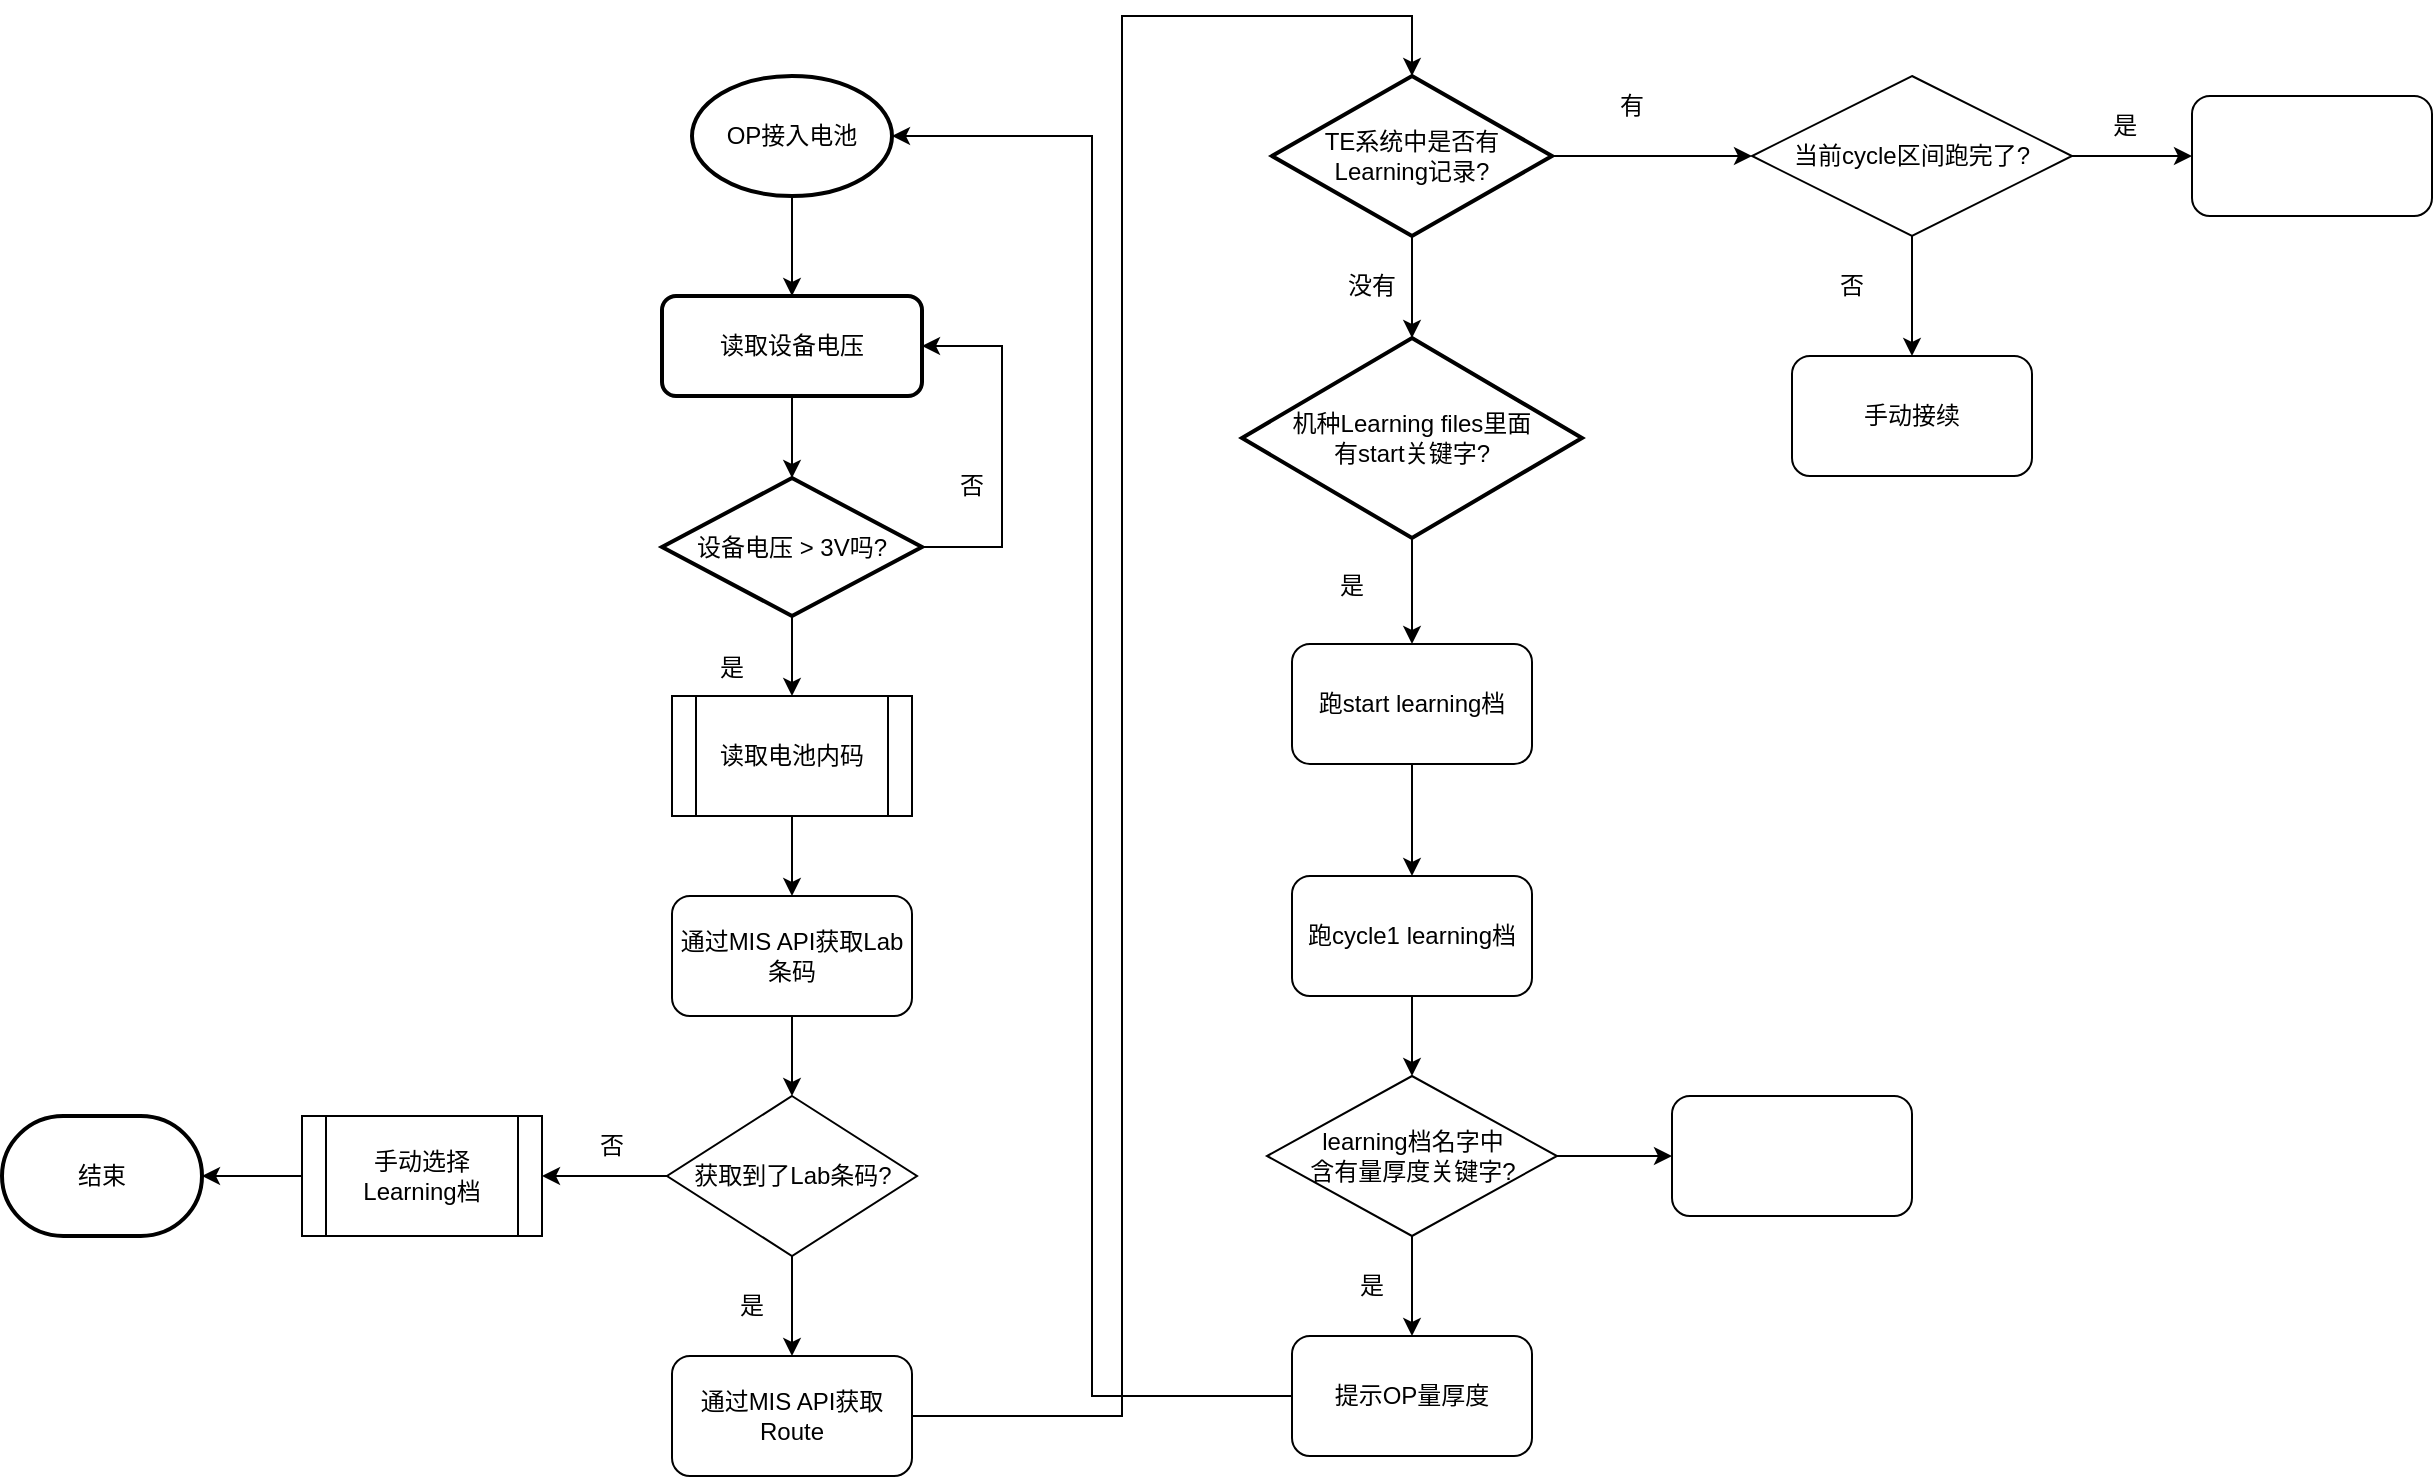
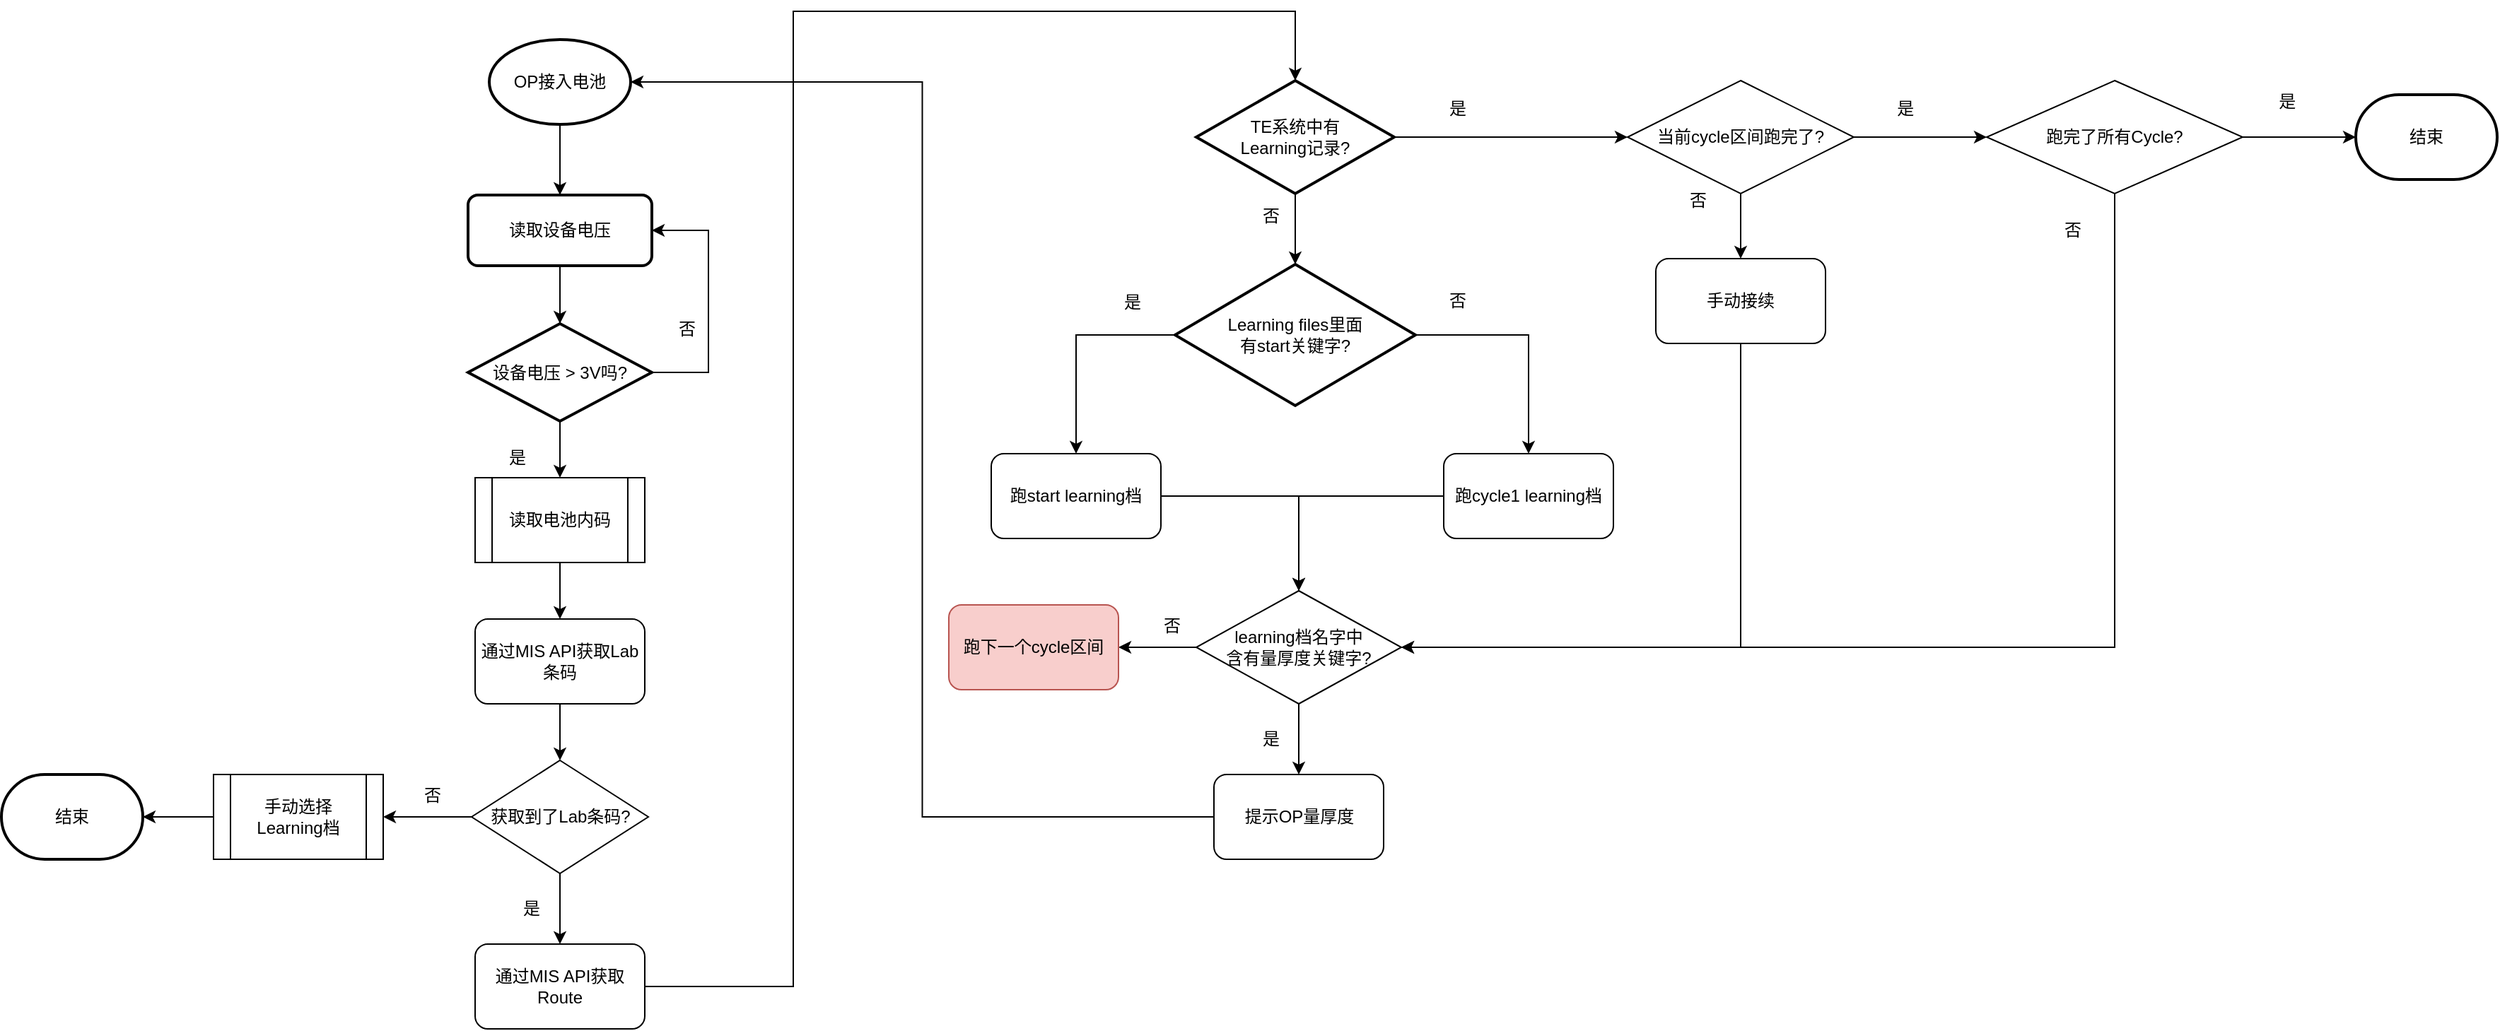
<mxfile host="app.diagrams.net">
  <diagram name="第 1 页" id="3HldnIOuQtLrwHUO-1mN">
-     <mxGraphModel dx="1623" dy="813" grid="1" gridSize="10" guides="1" tooltips="1" connect="1" arrows="1" fold="1" page="1" pageScale="1" pageWidth="1169" pageHeight="827" math="0" shadow="0">
+     <mxGraphModel dx="1623" dy="813" grid="1" gridSize="10" guides="1" tooltips="1" connect="1" arrows="1" fold="1" page="1" pageScale="1" pageWidth="1169" pageHeight="827" background="#FFFFFF" math="0" shadow="0">
      <root>
        <mxCell id="0" />
        <mxCell id="1" parent="0" />
        <mxCell id="qRa3hty1LtdxE0hFs_0w-8" edge="1" parent="1" source="qRa3hty1LtdxE0hFs_0w-4" style="edgeStyle=orthogonalEdgeStyle;rounded=0;orthogonalLoop=1;jettySize=auto;html=1;" target="qRa3hty1LtdxE0hFs_0w-6" value="">
          <mxGeometry relative="1" as="geometry" />
        </mxCell>
        <mxCell id="qRa3hty1LtdxE0hFs_0w-4" parent="1" style="strokeWidth=2;html=1;shape=mxgraph.flowchart.start_1;whiteSpace=wrap;" value="OP接入电池" vertex="1">
          <mxGeometry height="60" width="100" x="385" y="50" as="geometry" />
        </mxCell>
        <mxCell id="qRa3hty1LtdxE0hFs_0w-9" edge="1" parent="1" source="qRa3hty1LtdxE0hFs_0w-6" style="edgeStyle=orthogonalEdgeStyle;rounded=0;orthogonalLoop=1;jettySize=auto;html=1;" target="qRa3hty1LtdxE0hFs_0w-7" value="">
          <mxGeometry relative="1" as="geometry" />
        </mxCell>
        <mxCell id="qRa3hty1LtdxE0hFs_0w-6" parent="1" style="rounded=1;whiteSpace=wrap;html=1;absoluteArcSize=1;arcSize=14;strokeWidth=2;" value="读取设备电压" vertex="1">
          <mxGeometry height="50" width="130" x="370" y="160" as="geometry" />
        </mxCell>
        <mxCell id="qRa3hty1LtdxE0hFs_0w-14" edge="1" parent="1" source="qRa3hty1LtdxE0hFs_0w-7" style="edgeStyle=orthogonalEdgeStyle;rounded=0;orthogonalLoop=1;jettySize=auto;html=1;" target="qRa3hty1LtdxE0hFs_0w-13" value="">
          <mxGeometry relative="1" as="geometry" />
        </mxCell>
        <mxCell id="qRa3hty1LtdxE0hFs_0w-25" edge="1" parent="1" source="qRa3hty1LtdxE0hFs_0w-7" style="edgeStyle=orthogonalEdgeStyle;rounded=0;orthogonalLoop=1;jettySize=auto;html=1;entryX=1;entryY=0.5;entryDx=0;entryDy=0;" target="qRa3hty1LtdxE0hFs_0w-6">
          <mxGeometry relative="1" as="geometry">
            <Array as="points">
              <mxPoint x="540" y="286" />
              <mxPoint x="540" y="185" />
            </Array>
            <mxPoint x="580" y="180" as="targetPoint" />
          </mxGeometry>
        </mxCell>
        <mxCell id="qRa3hty1LtdxE0hFs_0w-7" parent="1" style="strokeWidth=2;html=1;shape=mxgraph.flowchart.decision;whiteSpace=wrap;" value="设备电压 &amp;gt; 3V吗?" vertex="1">
          <mxGeometry height="69" width="130" x="370" y="251" as="geometry" />
        </mxCell>
        <mxCell id="qRa3hty1LtdxE0hFs_0w-11" parent="1" style="text;html=1;whiteSpace=wrap;strokeColor=none;fillColor=none;align=center;verticalAlign=middle;rounded=0;" value="&lt;div&gt;否&lt;/div&gt;" vertex="1">
          <mxGeometry height="30" width="60" x="495" y="240" as="geometry" />
        </mxCell>
        <mxCell id="qRa3hty1LtdxE0hFs_0w-12" parent="1" style="text;html=1;whiteSpace=wrap;strokeColor=none;fillColor=none;align=center;verticalAlign=middle;rounded=0;" value="&lt;div&gt;是&lt;/div&gt;" vertex="1">
          <mxGeometry height="30" width="60" x="375" y="331" as="geometry" />
        </mxCell>
        <mxCell id="qRa3hty1LtdxE0hFs_0w-16" edge="1" parent="1" source="qRa3hty1LtdxE0hFs_0w-13" style="edgeStyle=orthogonalEdgeStyle;rounded=0;orthogonalLoop=1;jettySize=auto;html=1;" target="qRa3hty1LtdxE0hFs_0w-15" value="">
          <mxGeometry relative="1" as="geometry" />
        </mxCell>
        <mxCell id="qRa3hty1LtdxE0hFs_0w-13" parent="1" style="shape=process;whiteSpace=wrap;html=1;backgroundOutline=1;" value="读取电池内码" vertex="1">
          <mxGeometry height="60" width="120" x="375" y="360" as="geometry" />
        </mxCell>
        <mxCell id="qRa3hty1LtdxE0hFs_0w-20" edge="1" parent="1" source="qRa3hty1LtdxE0hFs_0w-15" style="edgeStyle=orthogonalEdgeStyle;rounded=0;orthogonalLoop=1;jettySize=auto;html=1;" target="qRa3hty1LtdxE0hFs_0w-19" value="">
          <mxGeometry relative="1" as="geometry" />
        </mxCell>
        <mxCell id="qRa3hty1LtdxE0hFs_0w-15" parent="1" style="rounded=1;whiteSpace=wrap;html=1;" value="通过MIS API获取Lab条码" vertex="1">
          <mxGeometry height="60" width="120" x="375" y="460" as="geometry" />
        </mxCell>
        <mxCell id="qRa3hty1LtdxE0hFs_0w-31" edge="1" parent="1" source="qRa3hty1LtdxE0hFs_0w-17" style="edgeStyle=orthogonalEdgeStyle;rounded=0;orthogonalLoop=1;jettySize=auto;html=1;entryX=0.5;entryY=0;entryDx=0;entryDy=0;entryPerimeter=0;" target="qRa3hty1LtdxE0hFs_0w-30" value="">
          <mxGeometry relative="1" as="geometry">
            <Array as="points">
              <mxPoint x="600" y="720" />
-               <mxPoint x="600" y="20" />
-               <mxPoint x="745" y="20" />
+               <mxPoint x="600" y="30" />
+               <mxPoint x="955" y="30" />
            </Array>
          </mxGeometry>
        </mxCell>
        <mxCell id="qRa3hty1LtdxE0hFs_0w-17" parent="1" style="rounded=1;whiteSpace=wrap;html=1;" value="通过MIS API获取Route" vertex="1">
          <mxGeometry height="60" width="120" x="375" y="690" as="geometry" />
        </mxCell>
        <mxCell id="qRa3hty1LtdxE0hFs_0w-21" edge="1" parent="1" source="qRa3hty1LtdxE0hFs_0w-19" style="edgeStyle=orthogonalEdgeStyle;rounded=0;orthogonalLoop=1;jettySize=auto;html=1;" target="qRa3hty1LtdxE0hFs_0w-17" value="">
          <mxGeometry relative="1" as="geometry" />
        </mxCell>
        <mxCell id="qRa3hty1LtdxE0hFs_0w-27" edge="1" parent="1" source="qRa3hty1LtdxE0hFs_0w-19" style="edgeStyle=orthogonalEdgeStyle;rounded=0;orthogonalLoop=1;jettySize=auto;html=1;" target="qRa3hty1LtdxE0hFs_0w-26" value="">
          <mxGeometry relative="1" as="geometry" />
        </mxCell>
        <mxCell id="qRa3hty1LtdxE0hFs_0w-19" parent="1" style="rhombus;whiteSpace=wrap;html=1;" value="获取到了Lab条码?" vertex="1">
          <mxGeometry height="80" width="125" x="372.5" y="560" as="geometry" />
        </mxCell>
        <mxCell id="qRa3hty1LtdxE0hFs_0w-22" parent="1" style="text;html=1;whiteSpace=wrap;strokeColor=none;fillColor=none;align=center;verticalAlign=middle;rounded=0;" value="是" vertex="1">
          <mxGeometry height="30" width="60" x="385" y="650" as="geometry" />
        </mxCell>
        <mxCell id="qRa3hty1LtdxE0hFs_0w-29" edge="1" parent="1" source="qRa3hty1LtdxE0hFs_0w-26" style="edgeStyle=orthogonalEdgeStyle;rounded=0;orthogonalLoop=1;jettySize=auto;html=1;" target="qRa3hty1LtdxE0hFs_0w-28" value="">
          <mxGeometry relative="1" as="geometry" />
        </mxCell>
        <mxCell id="qRa3hty1LtdxE0hFs_0w-26" parent="1" style="shape=process;whiteSpace=wrap;html=1;backgroundOutline=1;" value="手动选择Learning档" vertex="1">
          <mxGeometry height="60" width="120" x="190" y="570" as="geometry" />
        </mxCell>
        <mxCell id="qRa3hty1LtdxE0hFs_0w-28" parent="1" style="strokeWidth=2;html=1;shape=mxgraph.flowchart.terminator;whiteSpace=wrap;" value="结束" vertex="1">
          <mxGeometry height="60" width="100" x="40" y="570" as="geometry" />
        </mxCell>
        <mxCell id="qRa3hty1LtdxE0hFs_0w-34" edge="1" parent="1" source="qRa3hty1LtdxE0hFs_0w-30" style="edgeStyle=orthogonalEdgeStyle;rounded=0;orthogonalLoop=1;jettySize=auto;html=1;" target="qRa3hty1LtdxE0hFs_0w-33" value="">
          <mxGeometry relative="1" as="geometry" />
        </mxCell>
        <mxCell id="qRa3hty1LtdxE0hFs_0w-38" edge="1" parent="1" source="qRa3hty1LtdxE0hFs_0w-30" style="edgeStyle=orthogonalEdgeStyle;rounded=0;orthogonalLoop=1;jettySize=auto;html=1;" target="qRa3hty1LtdxE0hFs_0w-37" value="">
          <mxGeometry relative="1" as="geometry" />
        </mxCell>
-         <mxCell id="qRa3hty1LtdxE0hFs_0w-30" parent="1" style="strokeWidth=2;html=1;shape=mxgraph.flowchart.decision;whiteSpace=wrap;" value="&lt;div&gt;TE系统中是否有&lt;/div&gt;&lt;div&gt;Learning记录?&lt;/div&gt;" vertex="1">
-           <mxGeometry height="80" width="140" x="675" y="50" as="geometry" />
+         <mxCell id="qRa3hty1LtdxE0hFs_0w-30" parent="1" style="strokeWidth=2;html=1;shape=mxgraph.flowchart.decision;whiteSpace=wrap;" value="&lt;div&gt;TE系统中有&lt;/div&gt;&lt;div&gt;Learning记录?&lt;/div&gt;" vertex="1">
+           <mxGeometry height="80" width="140" x="885" y="79" as="geometry" />
        </mxCell>
        <mxCell id="qRa3hty1LtdxE0hFs_0w-45" edge="1" parent="1" source="qRa3hty1LtdxE0hFs_0w-33" style="edgeStyle=orthogonalEdgeStyle;rounded=0;orthogonalLoop=1;jettySize=auto;html=1;" target="qRa3hty1LtdxE0hFs_0w-44" value="">
          <mxGeometry relative="1" as="geometry" />
        </mxCell>
-         <mxCell id="qRa3hty1LtdxE0hFs_0w-33" parent="1" style="strokeWidth=2;html=1;shape=mxgraph.flowchart.decision;whiteSpace=wrap;" value="&lt;div&gt;机种Learning files里面&lt;/div&gt;&lt;div&gt;有start关键字?&lt;/div&gt;" vertex="1">
-           <mxGeometry height="100" width="170" x="660" y="181" as="geometry" />
-         </mxCell>
-         <mxCell id="qRa3hty1LtdxE0hFs_0w-35" parent="1" style="text;html=1;whiteSpace=wrap;strokeColor=none;fillColor=none;align=center;verticalAlign=middle;rounded=0;" value="没有" vertex="1">
-           <mxGeometry height="30" width="60" x="695" y="140" as="geometry" />
-         </mxCell>
-         <mxCell id="qRa3hty1LtdxE0hFs_0w-36" parent="1" style="text;html=1;whiteSpace=wrap;strokeColor=none;fillColor=none;align=center;verticalAlign=middle;rounded=0;" value="有" vertex="1">
-           <mxGeometry height="30" width="60" x="825" y="50" as="geometry" />
+         <mxCell id="qRa3hty1LtdxE0hFs_0w-67" edge="1" parent="1" source="qRa3hty1LtdxE0hFs_0w-33" style="edgeStyle=orthogonalEdgeStyle;rounded=0;orthogonalLoop=1;jettySize=auto;html=1;entryX=0.5;entryY=0;entryDx=0;entryDy=0;exitX=1;exitY=0.5;exitDx=0;exitDy=0;exitPerimeter=0;" target="qRa3hty1LtdxE0hFs_0w-66">
+           <mxGeometry relative="1" as="geometry" />
+         </mxCell>
+         <mxCell id="qRa3hty1LtdxE0hFs_0w-33" parent="1" style="strokeWidth=2;html=1;shape=mxgraph.flowchart.decision;whiteSpace=wrap;" value="&lt;div&gt;Learning files里面&lt;/div&gt;&lt;div&gt;有start关键字?&lt;/div&gt;" vertex="1">
+           <mxGeometry height="100" width="170" x="870" y="209" as="geometry" />
+         </mxCell>
+         <mxCell id="qRa3hty1LtdxE0hFs_0w-35" parent="1" style="text;html=1;whiteSpace=wrap;strokeColor=none;fillColor=none;align=center;verticalAlign=middle;rounded=0;" value="否" vertex="1">
+           <mxGeometry height="30" width="60" x="907.5" y="160" as="geometry" />
+         </mxCell>
+         <mxCell id="qRa3hty1LtdxE0hFs_0w-36" parent="1" style="text;html=1;whiteSpace=wrap;strokeColor=none;fillColor=none;align=center;verticalAlign=middle;rounded=0;" value="是" vertex="1">
+           <mxGeometry height="30" width="60" x="1040" y="84" as="geometry" />
        </mxCell>
        <mxCell id="qRa3hty1LtdxE0hFs_0w-40" edge="1" parent="1" source="qRa3hty1LtdxE0hFs_0w-37" style="edgeStyle=orthogonalEdgeStyle;rounded=0;orthogonalLoop=1;jettySize=auto;html=1;" target="qRa3hty1LtdxE0hFs_0w-39" value="">
          <mxGeometry relative="1" as="geometry" />
        </mxCell>
-         <mxCell id="qRa3hty1LtdxE0hFs_0w-43" edge="1" parent="1" source="qRa3hty1LtdxE0hFs_0w-37" style="edgeStyle=orthogonalEdgeStyle;rounded=0;orthogonalLoop=1;jettySize=auto;html=1;" target="qRa3hty1LtdxE0hFs_0w-42" value="">
+         <mxCell id="qRa3hty1LtdxE0hFs_0w-65" edge="1" parent="1" source="qRa3hty1LtdxE0hFs_0w-37" style="edgeStyle=orthogonalEdgeStyle;rounded=0;orthogonalLoop=1;jettySize=auto;html=1;" target="qRa3hty1LtdxE0hFs_0w-59" value="">
          <mxGeometry relative="1" as="geometry" />
        </mxCell>
        <mxCell id="qRa3hty1LtdxE0hFs_0w-37" parent="1" style="rhombus;whiteSpace=wrap;html=1;" value="当前cycle区间跑完了?" vertex="1">
-           <mxGeometry height="80" width="160" x="915" y="50" as="geometry" />
+           <mxGeometry height="80" width="160" x="1190" y="79" as="geometry" />
+         </mxCell>
+         <mxCell id="qRa3hty1LtdxE0hFs_0w-74" edge="1" parent="1" source="qRa3hty1LtdxE0hFs_0w-39" style="edgeStyle=orthogonalEdgeStyle;rounded=0;orthogonalLoop=1;jettySize=auto;html=1;entryX=1;entryY=0.5;entryDx=0;entryDy=0;exitX=0.5;exitY=1;exitDx=0;exitDy=0;" target="qRa3hty1LtdxE0hFs_0w-49">
+           <mxGeometry relative="1" as="geometry">
+             <Array as="points">
+               <mxPoint x="1270" y="480" />
+             </Array>
+             <mxPoint x="1270" y="260" as="sourcePoint" />
+           </mxGeometry>
        </mxCell>
        <mxCell id="qRa3hty1LtdxE0hFs_0w-39" parent="1" style="rounded=1;whiteSpace=wrap;html=1;" value="手动接续" vertex="1">
-           <mxGeometry height="60" width="120" x="935" y="190" as="geometry" />
+           <mxGeometry height="60" width="120" x="1210" y="205" as="geometry" />
        </mxCell>
        <mxCell id="qRa3hty1LtdxE0hFs_0w-41" parent="1" style="text;html=1;whiteSpace=wrap;strokeColor=none;fillColor=none;align=center;verticalAlign=middle;rounded=0;" value="否" vertex="1">
-           <mxGeometry height="30" width="60" x="935" y="140" as="geometry" />
-         </mxCell>
-         <mxCell id="qRa3hty1LtdxE0hFs_0w-42" parent="1" style="rounded=1;whiteSpace=wrap;html=1;" value="" vertex="1">
-           <mxGeometry height="60" width="120" x="1135" y="60" as="geometry" />
-         </mxCell>
-         <mxCell id="qRa3hty1LtdxE0hFs_0w-48" edge="1" parent="1" source="qRa3hty1LtdxE0hFs_0w-44" style="edgeStyle=orthogonalEdgeStyle;rounded=0;orthogonalLoop=1;jettySize=auto;html=1;" target="qRa3hty1LtdxE0hFs_0w-47" value="">
+           <mxGeometry height="30" width="60" x="1210" y="149" as="geometry" />
+         </mxCell>
+         <mxCell id="qRa3hty1LtdxE0hFs_0w-71" edge="1" parent="1" source="qRa3hty1LtdxE0hFs_0w-44" style="edgeStyle=orthogonalEdgeStyle;rounded=0;orthogonalLoop=1;jettySize=auto;html=1;entryX=0.5;entryY=0;entryDx=0;entryDy=0;" target="qRa3hty1LtdxE0hFs_0w-49">
          <mxGeometry relative="1" as="geometry" />
        </mxCell>
        <mxCell id="qRa3hty1LtdxE0hFs_0w-44" parent="1" style="rounded=1;whiteSpace=wrap;html=1;" value="跑start learning档" vertex="1">
-           <mxGeometry height="60" width="120" x="685" y="334" as="geometry" />
+           <mxGeometry height="60" width="120" x="740" y="343" as="geometry" />
        </mxCell>
        <mxCell id="qRa3hty1LtdxE0hFs_0w-46" parent="1" style="text;html=1;whiteSpace=wrap;strokeColor=none;fillColor=none;align=center;verticalAlign=middle;rounded=0;" value="是" vertex="1">
-           <mxGeometry height="30" width="60" x="685" y="290" as="geometry" />
-         </mxCell>
-         <mxCell id="qRa3hty1LtdxE0hFs_0w-50" edge="1" parent="1" source="qRa3hty1LtdxE0hFs_0w-47" style="edgeStyle=orthogonalEdgeStyle;rounded=0;orthogonalLoop=1;jettySize=auto;html=1;" target="qRa3hty1LtdxE0hFs_0w-49" value="">
-           <mxGeometry relative="1" as="geometry" />
-         </mxCell>
-         <mxCell id="qRa3hty1LtdxE0hFs_0w-47" parent="1" style="rounded=1;whiteSpace=wrap;html=1;" value="跑cycle1 learning档" vertex="1">
-           <mxGeometry height="60" width="120" x="685" y="450" as="geometry" />
+           <mxGeometry height="30" width="60" x="810" y="221" as="geometry" />
        </mxCell>
        <mxCell id="qRa3hty1LtdxE0hFs_0w-52" edge="1" parent="1" source="qRa3hty1LtdxE0hFs_0w-49" style="edgeStyle=orthogonalEdgeStyle;rounded=0;orthogonalLoop=1;jettySize=auto;html=1;" target="qRa3hty1LtdxE0hFs_0w-51" value="">
          <mxGeometry relative="1" as="geometry" />
        </mxCell>
        <mxCell id="qRa3hty1LtdxE0hFs_0w-56" edge="1" parent="1" source="qRa3hty1LtdxE0hFs_0w-49" style="edgeStyle=orthogonalEdgeStyle;rounded=0;orthogonalLoop=1;jettySize=auto;html=1;" target="qRa3hty1LtdxE0hFs_0w-55" value="">
          <mxGeometry relative="1" as="geometry" />
        </mxCell>
        <mxCell id="qRa3hty1LtdxE0hFs_0w-49" parent="1" style="rhombus;whiteSpace=wrap;html=1;" value="&lt;div&gt;learning档名字中&lt;/div&gt;&lt;div&gt;含有量厚度关键字?&lt;/div&gt;" vertex="1">
-           <mxGeometry height="80" width="145" x="672.5" y="550" as="geometry" />
+           <mxGeometry height="80" width="145" x="885" y="440" as="geometry" />
        </mxCell>
        <mxCell id="qRa3hty1LtdxE0hFs_0w-51" parent="1" style="rounded=1;whiteSpace=wrap;html=1;" value="提示OP量厚度" vertex="1">
-           <mxGeometry height="60" width="120" x="685" y="680" as="geometry" />
+           <mxGeometry height="60" width="120" x="897.5" y="570" as="geometry" />
        </mxCell>
        <mxCell id="qRa3hty1LtdxE0hFs_0w-53" parent="1" style="text;html=1;whiteSpace=wrap;strokeColor=none;fillColor=none;align=center;verticalAlign=middle;rounded=0;" value="是" vertex="1">
-           <mxGeometry height="30" width="60" x="695" y="640" as="geometry" />
+           <mxGeometry height="30" width="60" x="907.5" y="530" as="geometry" />
        </mxCell>
        <mxCell id="qRa3hty1LtdxE0hFs_0w-54" edge="1" parent="1" source="qRa3hty1LtdxE0hFs_0w-51" style="edgeStyle=orthogonalEdgeStyle;rounded=0;orthogonalLoop=1;jettySize=auto;html=1;entryX=1;entryY=0.5;entryDx=0;entryDy=0;entryPerimeter=0;" target="qRa3hty1LtdxE0hFs_0w-4">
          <mxGeometry relative="1" as="geometry" />
        </mxCell>
-         <mxCell id="qRa3hty1LtdxE0hFs_0w-55" parent="1" style="rounded=1;whiteSpace=wrap;html=1;" value="" vertex="1">
-           <mxGeometry height="60" width="120" x="875" y="560" as="geometry" />
+         <mxCell id="qRa3hty1LtdxE0hFs_0w-55" parent="1" style="rounded=1;whiteSpace=wrap;html=1;fillColor=#f8cecc;strokeColor=#b85450;" value="跑下一个cycle区间" vertex="1">
+           <mxGeometry height="60" width="120" x="710" y="450" as="geometry" />
        </mxCell>
        <mxCell id="qRa3hty1LtdxE0hFs_0w-57" parent="1" style="text;html=1;whiteSpace=wrap;strokeColor=none;fillColor=none;align=center;verticalAlign=middle;rounded=0;" value="否" vertex="1">
          <mxGeometry height="30" width="60" x="315" y="570" as="geometry" />
        </mxCell>
        <mxCell id="qRa3hty1LtdxE0hFs_0w-58" parent="1" style="text;html=1;whiteSpace=wrap;strokeColor=none;fillColor=none;align=center;verticalAlign=middle;rounded=0;" value="&amp;nbsp;是" vertex="1">
-           <mxGeometry height="30" width="60" x="1070" y="60" as="geometry" />
+           <mxGeometry height="30" width="60" x="1355" y="84" as="geometry" />
+         </mxCell>
+         <mxCell id="qRa3hty1LtdxE0hFs_0w-64" edge="1" parent="1" source="qRa3hty1LtdxE0hFs_0w-59" style="edgeStyle=orthogonalEdgeStyle;rounded=0;orthogonalLoop=1;jettySize=auto;html=1;" target="qRa3hty1LtdxE0hFs_0w-63" value="">
+           <mxGeometry relative="1" as="geometry" />
+         </mxCell>
+         <mxCell id="qRa3hty1LtdxE0hFs_0w-76" edge="1" parent="1" source="qRa3hty1LtdxE0hFs_0w-59" style="edgeStyle=orthogonalEdgeStyle;rounded=0;orthogonalLoop=1;jettySize=auto;html=1;entryX=1;entryY=0.5;entryDx=0;entryDy=0;" target="qRa3hty1LtdxE0hFs_0w-49">
+           <mxGeometry relative="1" as="geometry">
+             <Array as="points">
+               <mxPoint x="1535" y="480" />
+             </Array>
+           </mxGeometry>
+         </mxCell>
+         <mxCell id="qRa3hty1LtdxE0hFs_0w-59" parent="1" style="rhombus;whiteSpace=wrap;html=1;" value="跑完了所有Cycle?" vertex="1">
+           <mxGeometry height="80" width="181" x="1444" y="79" as="geometry" />
+         </mxCell>
+         <mxCell id="qRa3hty1LtdxE0hFs_0w-60" parent="1" style="text;html=1;whiteSpace=wrap;strokeColor=none;fillColor=none;align=center;verticalAlign=middle;rounded=0;" value="否" vertex="1">
+           <mxGeometry height="30" width="60" x="1475" y="170" as="geometry" />
+         </mxCell>
+         <mxCell id="qRa3hty1LtdxE0hFs_0w-62" parent="1" style="text;html=1;whiteSpace=wrap;strokeColor=none;fillColor=none;align=center;verticalAlign=middle;rounded=0;" value="&amp;nbsp;是" vertex="1">
+           <mxGeometry height="30" width="60" x="1625" y="79" as="geometry" />
+         </mxCell>
+         <mxCell id="qRa3hty1LtdxE0hFs_0w-63" parent="1" style="strokeWidth=2;html=1;shape=mxgraph.flowchart.terminator;whiteSpace=wrap;" value="结束" vertex="1">
+           <mxGeometry height="60" width="100" x="1705" y="89" as="geometry" />
+         </mxCell>
+         <mxCell id="qRa3hty1LtdxE0hFs_0w-73" edge="1" parent="1" source="qRa3hty1LtdxE0hFs_0w-66" style="edgeStyle=orthogonalEdgeStyle;rounded=0;orthogonalLoop=1;jettySize=auto;html=1;entryX=0.5;entryY=0;entryDx=0;entryDy=0;" target="qRa3hty1LtdxE0hFs_0w-49">
+           <mxGeometry relative="1" as="geometry" />
+         </mxCell>
+         <mxCell id="qRa3hty1LtdxE0hFs_0w-66" parent="1" style="rounded=1;whiteSpace=wrap;html=1;" value="跑cycle1 learning档" vertex="1">
+           <mxGeometry height="60" width="120" x="1060" y="343" as="geometry" />
+         </mxCell>
+         <mxCell id="qRa3hty1LtdxE0hFs_0w-68" parent="1" style="text;html=1;whiteSpace=wrap;strokeColor=none;fillColor=none;align=center;verticalAlign=middle;rounded=0;" value="否" vertex="1">
+           <mxGeometry height="30" width="60" x="1040" y="220" as="geometry" />
+         </mxCell>
+         <mxCell id="qRa3hty1LtdxE0hFs_0w-75" parent="1" style="text;html=1;whiteSpace=wrap;strokeColor=none;fillColor=none;align=center;verticalAlign=middle;rounded=0;" value="否" vertex="1">
+           <mxGeometry height="30" width="60" x="837.5" y="450" as="geometry" />
        </mxCell>
      </root>
    </mxGraphModel>
  </diagram>
</mxfile>
